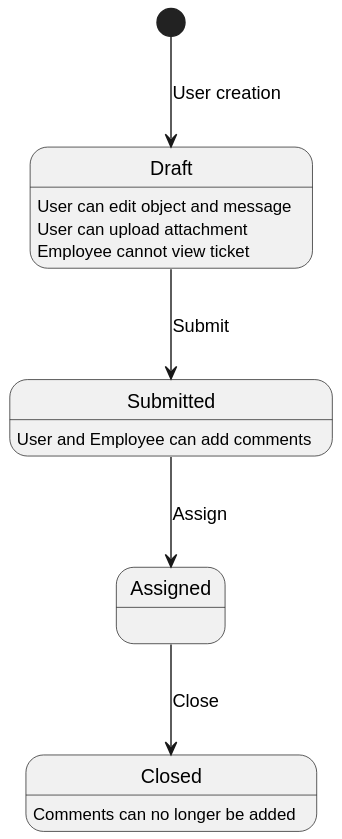
SoManyBisela/java-webserver keeps this PlantUML diagram as docs/diagrams/sampleapp/ticket-state-diagram.svg. Above is the earlier version. Its diagram source:
```plantuml
@startuml
[*] --> Draft: User creation
Draft --> Submitted: Submit
Submitted --> Assigned: Assign
Assigned --> Closed: Close

Draft: User can edit object and message
Draft: User can upload attachment
Draft: Employee cannot view ticket

Submitted: User and Employee can add comments

Assigned:
Closed: Comments can no longer be added
@enduml
```
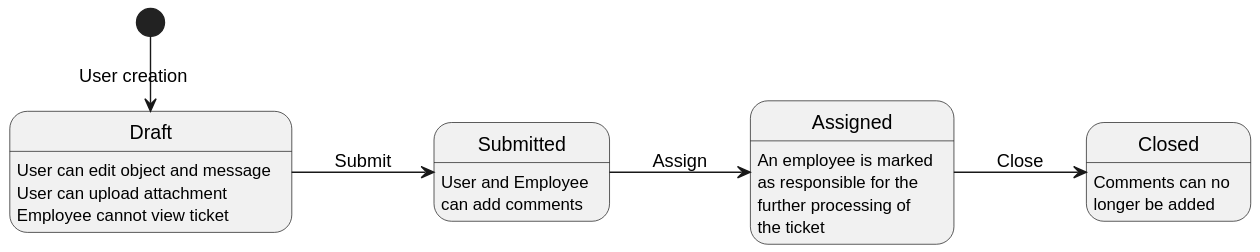
Later version of the same file.

Commit message:
changed ticket state diagram

Diff of the diagram source:
```diff
@@ -1,5 +1,6 @@
 @startuml
-[*] --> Draft: User creation
+left to right direction
+[*] -> Draft: User creation
 Draft --> Submitted: Submit
 Submitted --> Assigned: Assign
 Assigned --> Closed: Close
@@ -8,8 +9,14 @@
 Draft: User can upload attachment
 Draft: Employee cannot view ticket
 
-Submitted: User and Employee can add comments
+Submitted: User and Employee
+Submitted: can add comments
 
-Assigned:
-Closed: Comments can no longer be added
+Assigned: An employee is marked
+Assigned: as responsible for the
+Assigned: further processing of
+Assigned: the ticket
+
+Closed: Comments can no
+Closed: longer be added
 @enduml
```
